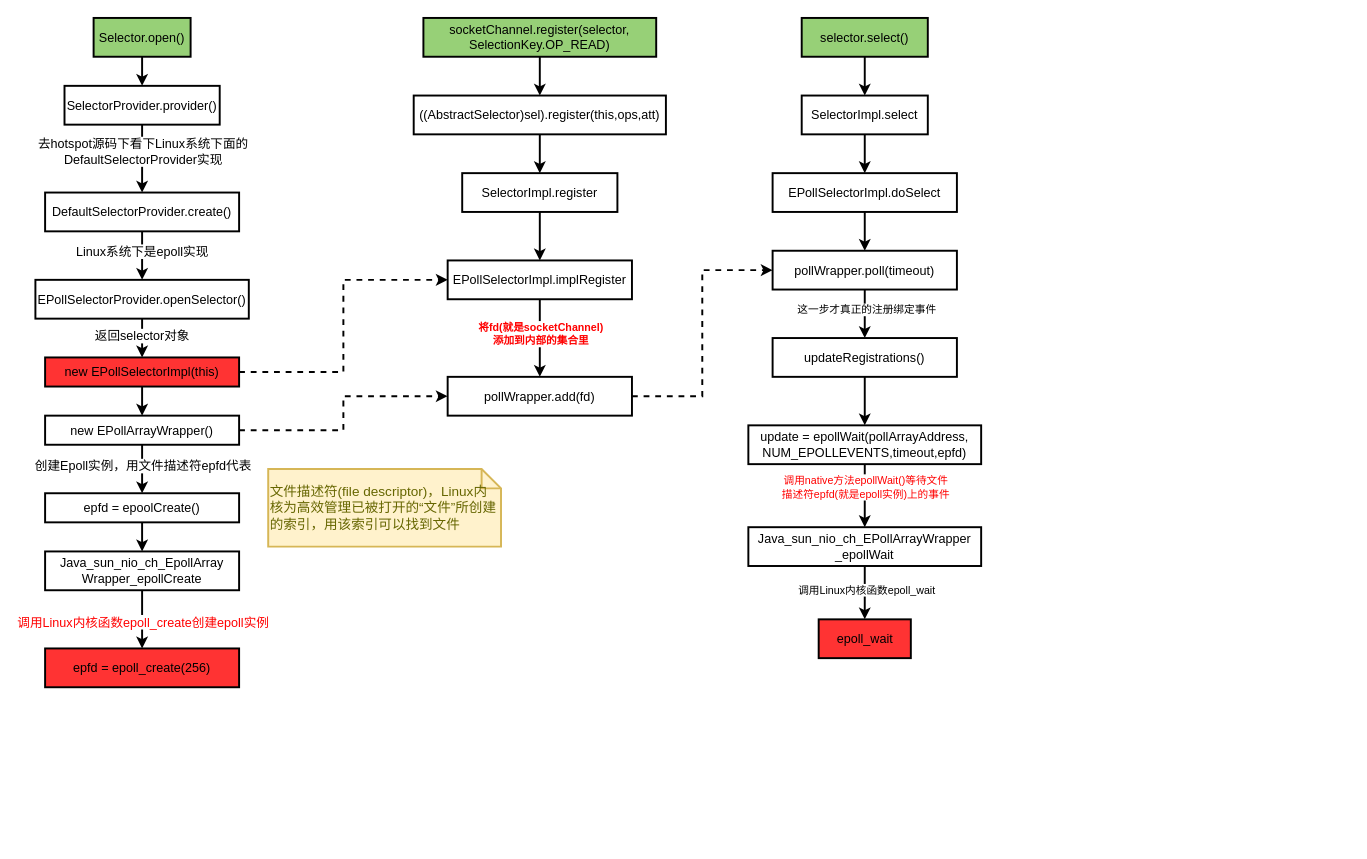
This is page "NIO底层源码" (3 of 3) of netty/网络IO与Epoll模型.drawio from LiHuiBin1995/study-java, a draw.io file, before an edit. Source tidied: cells renumbered, new cells numbered last; positions are measured from the earlier drawing's top-left corner, leaving out a move shared by most shapes. Both pictures are drawn from the tidied source at 97%, with x=0, y=0 at pixel (35, 17).
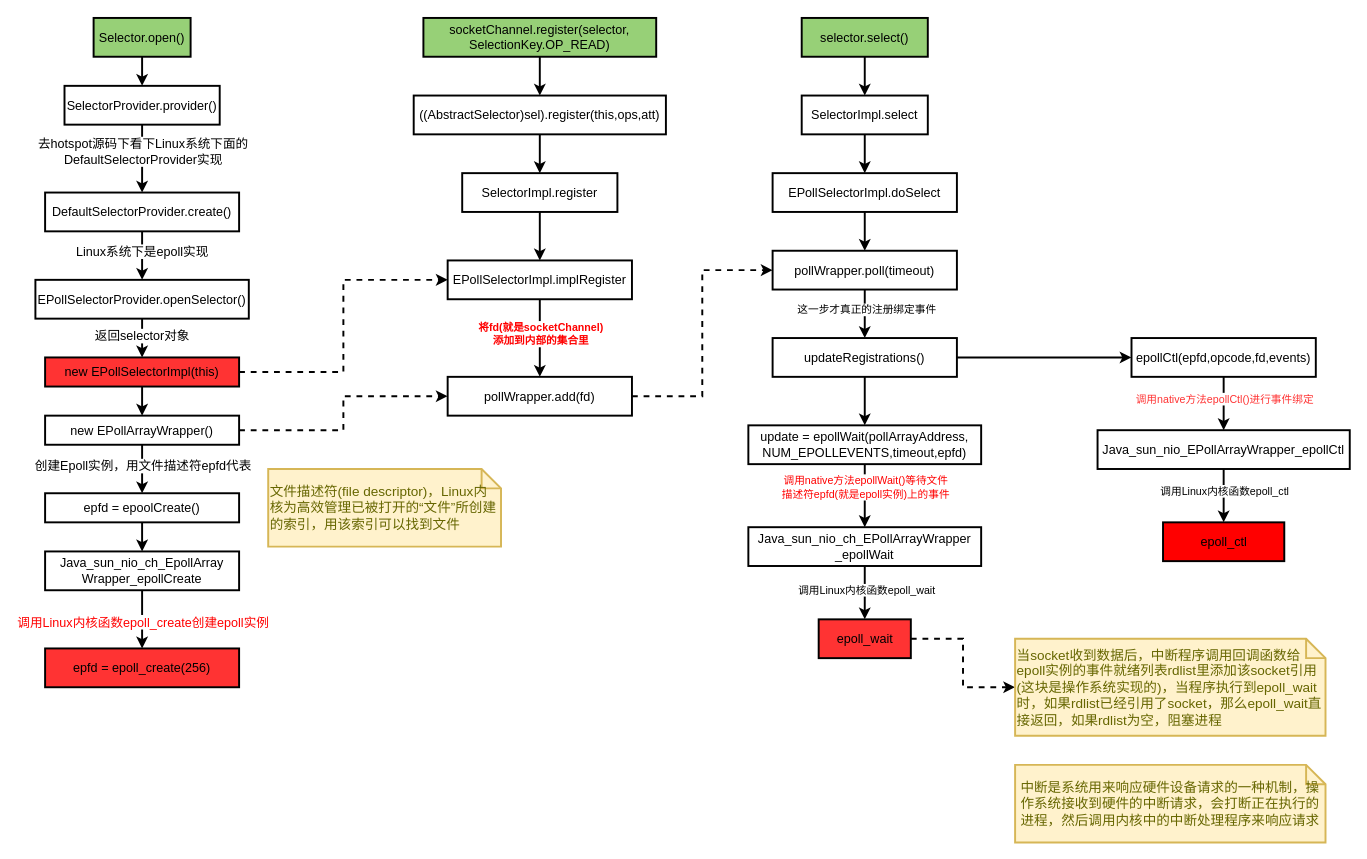
The same diagram, later.

Unchanged cells that the change refers to:
```xml
<mxCell id="48" value="updateRegistrations()" style="rounded=0;whiteSpace=wrap;html=1;fontSize=13;strokeWidth=2;fillColor=#FFFFFF;verticalAlign=middle;" parent="1" vertex="1">
  <mxGeometry x="760" y="330" width="190" height="40" as="geometry" />
</mxCell>
<mxCell id="55" value="epoll_wait" style="rounded=0;whiteSpace=wrap;html=1;fontSize=13;strokeWidth=2;fillColor=#FF3333;verticalAlign=middle;" parent="1" vertex="1">
  <mxGeometry x="807.5" y="620" width="95" height="40" as="geometry" />
</mxCell>
```

The edit, as a diff of the source:
```diff
@@
+    <mxCell id="56" style="edgeStyle=orthogonalEdgeStyle;rounded=0;jettySize=auto;html=1;fontColor=#000000;strokeWidth=2;" parent="1" edge="1" source="48" target="62">
+      <mxGeometry relative="1" as="geometry" />
+    </mxCell>
@@
+    <mxCell id="57" style="edgeStyle=orthogonalEdgeStyle;rounded=0;jettySize=auto;html=1;exitX=1;exitY=0.5;exitDx=0;exitDy=0;entryX=0;entryY=0.5;entryDx=0;entryDy=0;entryPerimeter=0;fontColor=#000000;strokeWidth=2;dashed=1;" parent="1" edge="1" source="55" target="58">
+      <mxGeometry relative="1" as="geometry" />
+    </mxCell>
@@
+    <mxCell id="58" value="当socket收到数据后，中断程序调用回调函数给epoll实例的事件就绪列表rdlist里添加该socket引用(这块是操作系统实现的)，当程序执行到epoll_wait时，如果rdlist已经引用了socket，那么epoll_wait直接返回，如果rdlist为空，阻塞进程" style="shape=note;strokeWidth=2;fontSize=14;size=20;whiteSpace=wrap;html=1;fillColor=#fff2cc;strokeColor=#d6b656;fontColor=#666600;rounded=0;verticalAlign=middle;align=left;" parent="1" vertex="1">
+      <mxGeometry x="1010" y="640" width="320" height="100" as="geometry" />
+    </mxCell>
+    <mxCell id="59" value="中断是系统用来响应硬件设备请求的一种机制，操作系统接收到硬件的中断请求，会打断正在执行的进程，然后调用内核中的中断处理程序来响应请求" style="shape=note;strokeWidth=2;fontSize=14;size=20;whiteSpace=wrap;html=1;fillColor=#fff2cc;strokeColor=#d6b656;fontColor=#666600;rounded=0;verticalAlign=middle;" parent="1" vertex="1">
+      <mxGeometry x="1010" y="770" width="320" height="80" as="geometry" />
+    </mxCell>
+    <mxCell id="60" style="edgeStyle=orthogonalEdgeStyle;rounded=0;jettySize=auto;html=1;fontColor=#000000;strokeWidth=2;" parent="1" edge="1" source="62" target="65">
+      <mxGeometry relative="1" as="geometry" />
+    </mxCell>
+    <mxCell id="61" value="调用native方法epollCtl()进行事件绑定" style="edgeLabel;html=1;align=center;verticalAlign=middle;fontColor=#FF3333;" parent="60" vertex="1">
+      <mxGeometry x="-0.2" relative="1" as="geometry" />
+    </mxCell>
+    <mxCell id="62" value="epollCtl(epfd,opcode,fd,events)" style="rounded=0;whiteSpace=wrap;html=1;fontSize=13;strokeWidth=2;fillColor=#FFFFFF;verticalAlign=middle;" parent="1" vertex="1">
+      <mxGeometry x="1130" y="330" width="190" height="40" as="geometry" />
+    </mxCell>
+    <mxCell id="63" style="edgeStyle=orthogonalEdgeStyle;rounded=0;jettySize=auto;html=1;fontColor=#000000;strokeWidth=2;" parent="1" edge="1" source="65" target="66">
+      <mxGeometry relative="1" as="geometry" />
+    </mxCell>
+    <mxCell id="64" value="调用Linux内核函数epoll_ctl" style="edgeLabel;html=1;align=center;verticalAlign=middle;fontColor=#000000;" parent="63" vertex="1">
+      <mxGeometry x="-0.19" relative="1" as="geometry" />
+    </mxCell>
+    <mxCell id="65" value="Java_sun_nio_EPollArrayWrapper_epollCtl" style="rounded=0;whiteSpace=wrap;html=1;fontSize=13;strokeWidth=2;fillColor=#FFFFFF;verticalAlign=middle;" parent="1" vertex="1">
+      <mxGeometry x="1095" y="425" width="260" height="40" as="geometry" />
+    </mxCell>
+    <mxCell id="66" value="epoll_ctl" style="rounded=0;whiteSpace=wrap;html=1;fontSize=13;strokeWidth=2;fillColor=#FF0000;verticalAlign=middle;" parent="1" vertex="1">
+      <mxGeometry x="1162.5" y="520" width="125" height="40" as="geometry" />
+    </mxCell>
```
